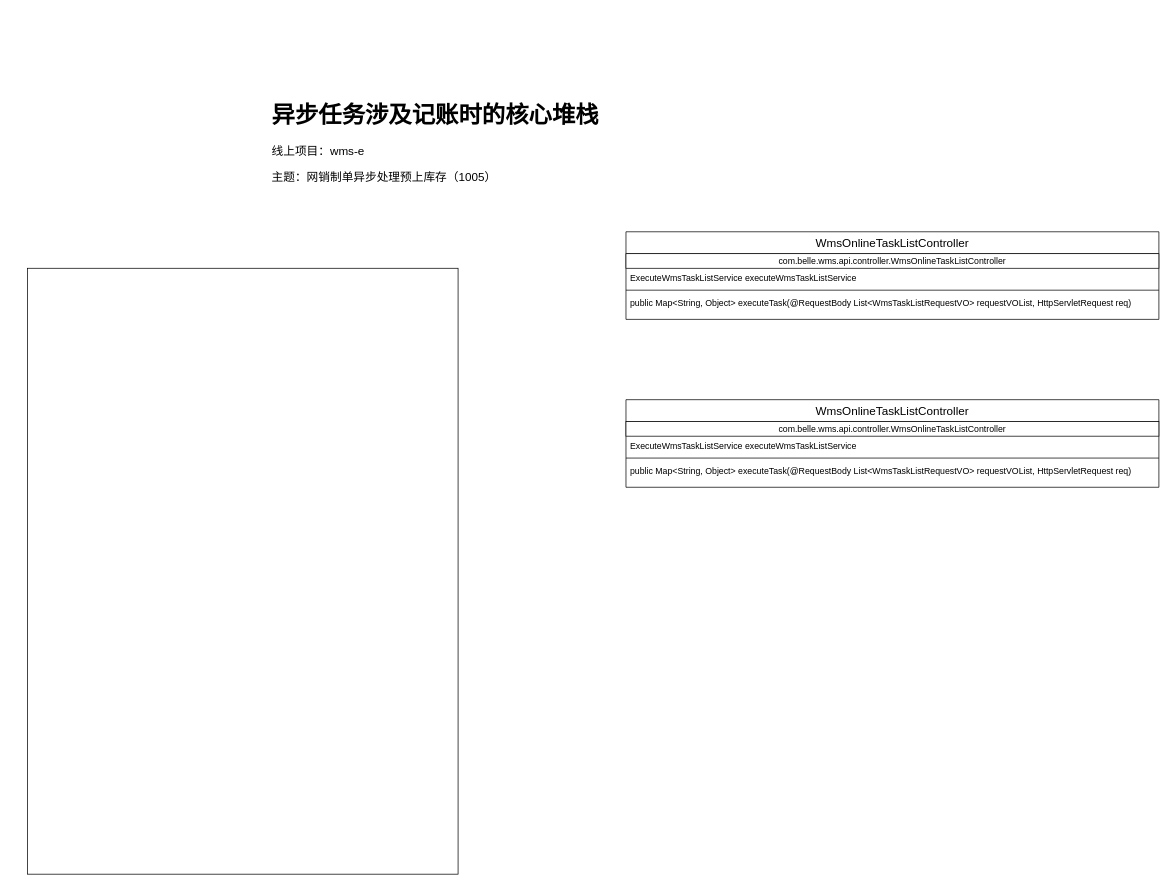
Earlier version of the draw.io diagram diagrams/异步任务涉及记账时的堆栈.drawio (libo9527/static). Source tidied: cells renumbered, new cells numbered last; positions are measured from the earlier drawing's top-left corner, leaving out a move shared by most shapes. Both pictures are drawn from the tidied source at 73%, with x=0, y=0 at pixel (27, 93).
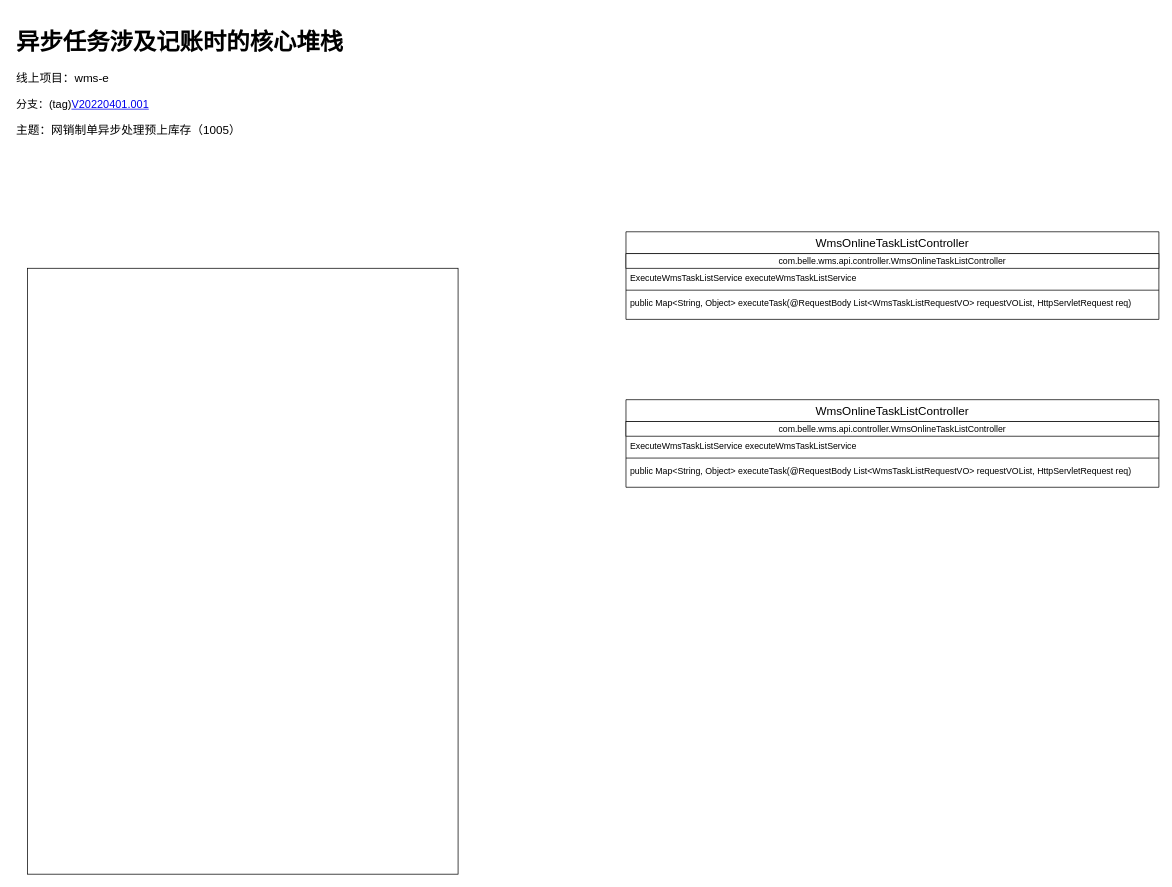
The same page after the edit.

Commit message (it also covers changes not shown here):
更新异步任务涉及记账时的堆栈.drawio

Diff of the diagram source:
```diff
@@
 <mxGraphModel>
   <root>
     <mxCell id="0" />
     <mxCell id="1" parent="0" />
     <mxCell id="2" value="WmsOnlineTaskListController" style="swimlane;fontStyle=0;align=center;verticalAlign=top;horizontal=1;startSize=30;rounded=0;shadow=0;strokeWidth=1;fontSize=16;" parent="1" vertex="1">
       <mxGeometry x="820" y="190" width="730" height="120" as="geometry" />
     </mxCell>
     <mxCell id="3" value="&lt;font style=&quot;font-size: 12px&quot;&gt;com.belle.wms.api.controller.WmsOnlineTaskListController&lt;/font&gt;" style="rounded=0;whiteSpace=wrap;html=1;fontSize=14;" parent="2" vertex="1">
       <mxGeometry y="30" width="730" height="20" as="geometry" />
     </mxCell>
     <mxCell id="4" value="ExecuteWmsTaskListService executeWmsTaskListService" style="text;align=left;verticalAlign=top;spacingLeft=4;spacingRight=4;overflow=hidden;" parent="2" vertex="1">
       <mxGeometry y="50" width="730" height="26" as="geometry" />
     </mxCell>
     <mxCell id="5" style="line;html=1;strokeWidth=1;align=left;verticalAlign=middle;spacingTop=-1;spacingLeft=3;spacingRight=3;labelPosition=right;" parent="2" vertex="1">
       <mxGeometry y="76" width="730" height="8" as="geometry" />
     </mxCell>
     <mxCell id="6" value="public Map&lt;String, Object&gt; executeTask(@RequestBody List&lt;WmsTaskListRequestVO&gt; requestVOList, HttpServletRequest req)" style="text;align=left;verticalAlign=top;spacingLeft=4;spacingRight=4;overflow=hidden;" parent="2" vertex="1">
       <mxGeometry y="84" width="730" height="26" as="geometry" />
     </mxCell>
     <mxCell id="7" value="WmsOnlineTaskListController" style="swimlane;fontStyle=0;align=center;verticalAlign=top;horizontal=1;startSize=30;rounded=0;shadow=0;strokeWidth=1;fontSize=16;" parent="1" vertex="1">
       <mxGeometry x="820" y="420" width="730" height="120" as="geometry" />
     </mxCell>
     <mxCell id="8" value="&lt;font style=&quot;font-size: 12px&quot;&gt;com.belle.wms.api.controller.WmsOnlineTaskListController&lt;/font&gt;" style="rounded=0;whiteSpace=wrap;html=1;fontSize=14;" parent="7" vertex="1">
       <mxGeometry y="30" width="730" height="20" as="geometry" />
     </mxCell>
     <mxCell id="9" value="ExecuteWmsTaskListService executeWmsTaskListService" style="text;align=left;verticalAlign=top;spacingLeft=4;spacingRight=4;overflow=hidden;" parent="7" vertex="1">
       <mxGeometry y="50" width="730" height="26" as="geometry" />
     </mxCell>
     <mxCell id="10" style="line;html=1;strokeWidth=1;align=left;verticalAlign=middle;spacingTop=-1;spacingLeft=3;spacingRight=3;labelPosition=right;" parent="7" vertex="1">
       <mxGeometry y="76" width="730" height="8" as="geometry" />
     </mxCell>
     <mxCell id="11" value="public Map&lt;String, Object&gt; executeTask(@RequestBody List&lt;WmsTaskListRequestVO&gt; requestVOList, HttpServletRequest req)" style="text;align=left;verticalAlign=top;spacingLeft=4;spacingRight=4;overflow=hidden;" parent="7" vertex="1">
       <mxGeometry y="84" width="730" height="26" as="geometry" />
     </mxCell>
-    <mxCell id="12" value="&lt;h1&gt;异步任务涉及记账时的核心堆栈&lt;/h1&gt;&lt;p&gt;线上项目：wms-e&lt;/p&gt;&lt;p&gt;主题：网销制单异步处理预上库存（1005）&lt;/p&gt;" style="text;html=1;strokeColor=none;fillColor=none;spacing=5;spacingTop=-20;whiteSpace=wrap;overflow=hidden;rounded=0;fontSize=16;" parent="1" vertex="1">
-      <mxGeometry x="330" width="650" height="150" as="geometry" />
+    <mxCell id="12" value="&lt;h1&gt;异步任务涉及记账时的核心堆栈&lt;/h1&gt;&lt;p&gt;线上项目：wms-e&lt;/p&gt;&lt;p&gt;&lt;span style=&quot;font-size: 15px&quot;&gt;分支：(tag)&lt;a href=&quot;https://codeup.aliyun.com/611f154703f23adfbed10829/lesoon-sce-group/lesoon-wms-group/wms-e/tree/V20220401.001&quot;&gt;V20220401.001&lt;/a&gt;&lt;/span&gt;&lt;/p&gt;&lt;p&gt;主题：网销制单异步处理预上库存（1005）&lt;/p&gt;&lt;p&gt;&lt;br&gt;&lt;/p&gt;" style="text;html=1;strokeColor=none;fillColor=none;spacing=5;spacingTop=-20;whiteSpace=wrap;overflow=hidden;rounded=0;fontSize=16;" parent="1" vertex="1">
+      <mxGeometry x="-20" y="-100" width="1000" height="190" as="geometry" />
     </mxCell>
     <mxCell id="13" style="rounded=0;whiteSpace=wrap;html=1;fontSize=16;" parent="1" vertex="1">
       <mxGeometry y="240" width="590" height="830" as="geometry" />
     </mxCell>
   </root>
 </mxGraphModel>
```
